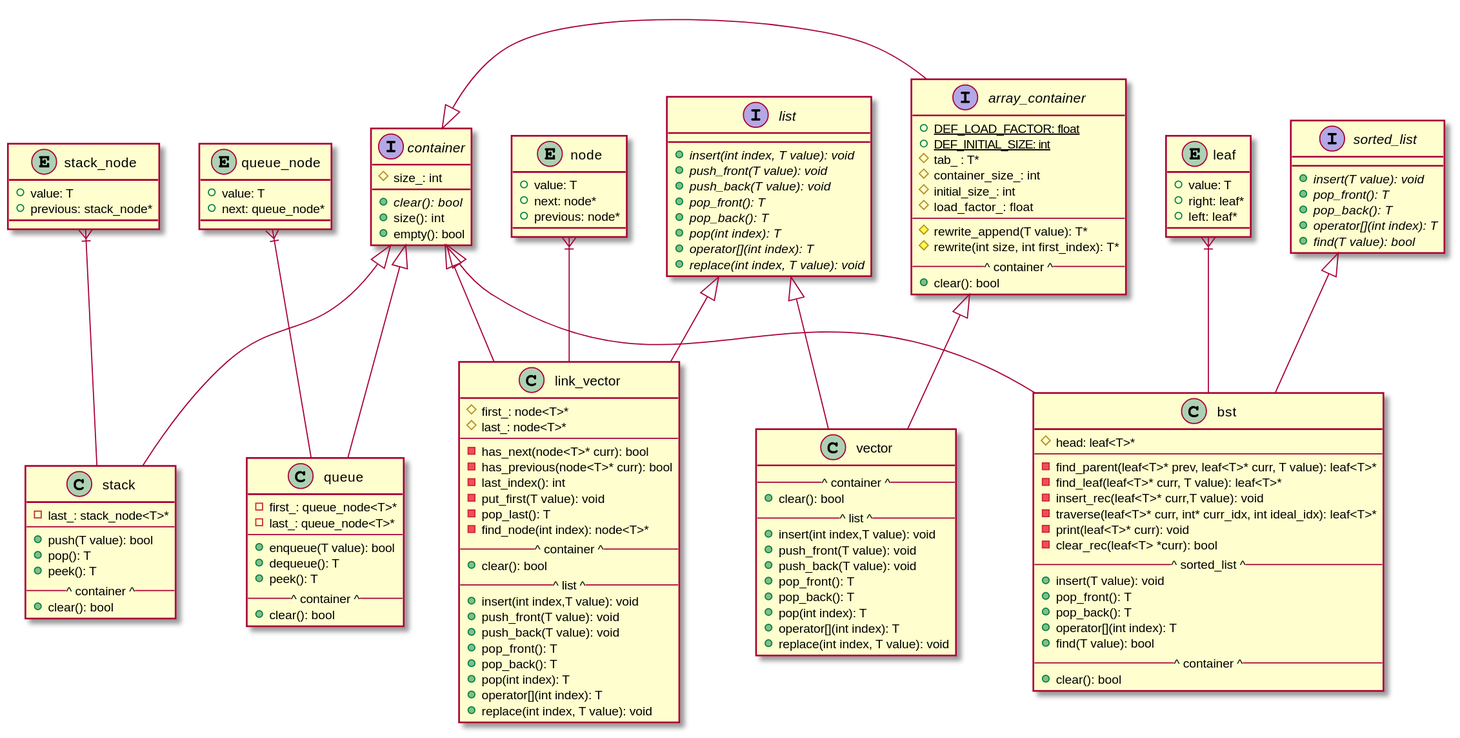
Above: data_structures.svg in lpawlak1/data_structures (PlantUML), before the change.
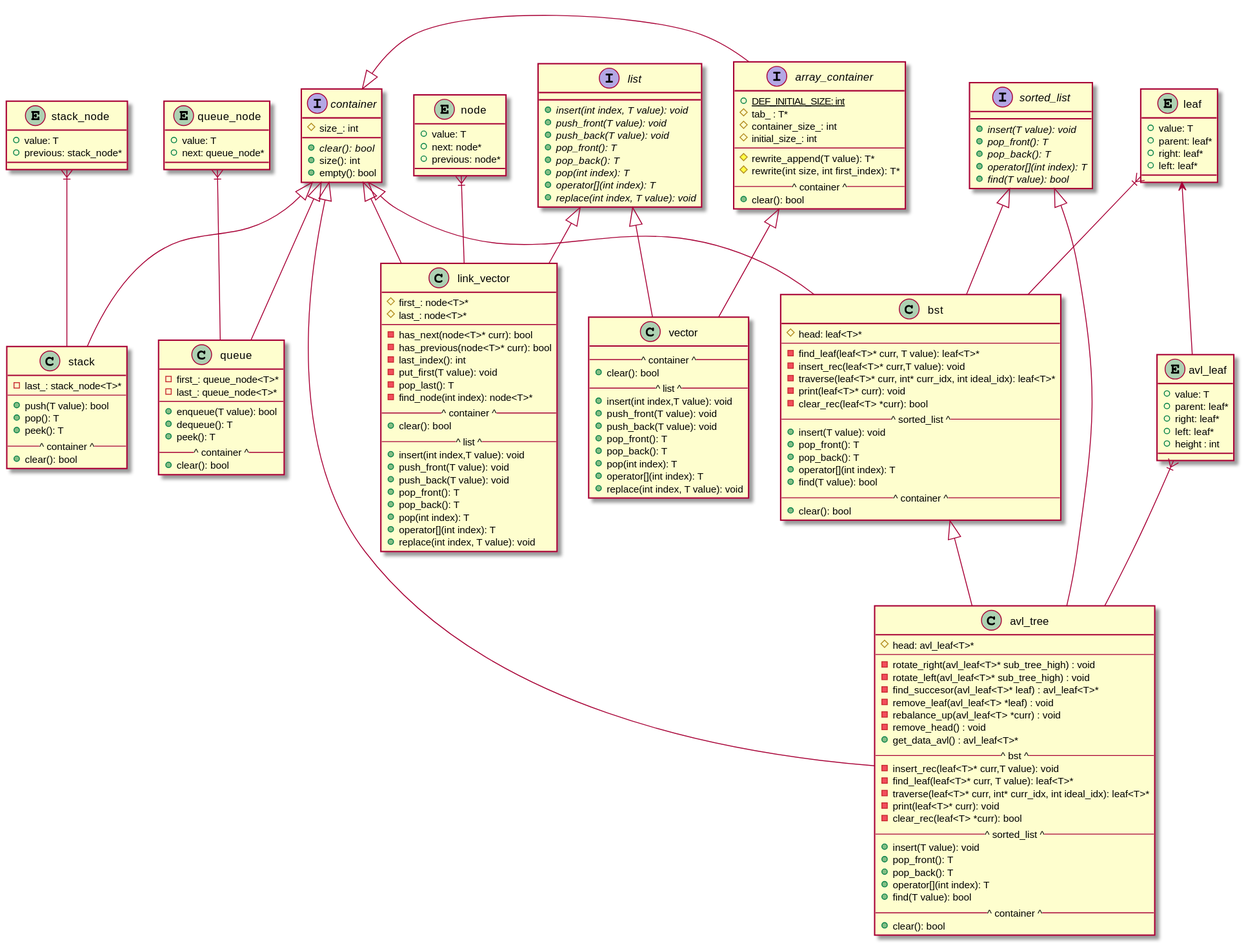
Above is the later version.

Commit message:
Added documentation regarding avl tree

What changed in the source:
```diff
@@ -24,12 +24,10 @@
 }
 
 interface array_container{
-+{static} DEF_LOAD_FACTOR: float
 +{static} DEF_INITIAL_SIZE: int
 #tab_ : T*
 #container_size_: int
 #initial_size_: int
-#load_factor_: float
 --
 #rewrite_append(T value): T*
 #rewrite(int size, int first_index): T*
@@ -97,7 +95,6 @@
 class bst{
 #head: leaf<T>*
 --
--find_parent(leaf<T>* prev, leaf<T>* curr, T value): leaf<T>*
 -find_leaf(leaf<T>* curr, T value): leaf<T>*
 -insert_rec(leaf<T>* curr,T value): void
 -traverse(leaf<T>* curr, int* curr_idx, int ideal_idx): leaf<T>*
@@ -114,6 +111,7 @@
 }
 entity leaf{
 +value: T
++parent: leaf*
 +right: leaf*
 +left: leaf*
 }
@@ -124,6 +122,40 @@
 +{abstract}operator[](int index): T
 +{abstract}find(T value): bool
 }
+
+entity avl_leaf{
++value: T
++parent: leaf*
++right: leaf*
++left: leaf*
++height : int
+}
+class avl_tree{
+#head: avl_leaf<T>*
+--
+-rotate_right(avl_leaf<T>* sub_tree_high) : void
+-rotate_left(avl_leaf<T>* sub_tree_high) : void
+-find_succesor(avl_leaf<T>* leaf) : avl_leaf<T>*
+-remove_leaf(avl_leaf<T> *leaf) : void
+-rebalance_up(avl_leaf<T> *curr) : void
+-remove_head() : void
++get_data_avl() : avl_leaf<T>*
+--^ bst ^--
+-insert_rec(leaf<T>* curr,T value): void
+-find_leaf(leaf<T>* curr, T value): leaf<T>*
+-traverse(leaf<T>* curr, int* curr_idx, int ideal_idx): leaf<T>*
+-print(leaf<T>* curr): void
+-clear_rec(leaf<T> *curr): bool
+--^ sorted_list ^--
++insert(T value): void
++pop_front(): T
++pop_back(): T
++operator[](int index): T
++find(T value): bool
+--^ container ^--
++clear(): bool
+}
+
 entity stack_node{
 +value: T
 +previous: stack_node*
@@ -143,7 +175,15 @@
 node }|-- link_vector
 queue_node }|-- queue
 stack_node }|-- stack
+
 leaf }|-- bst
 sorted_list <|-- bst
 container <|-- bst
+
+bst <|-- avl_tree
+avl_leaf}|-- avl_tree
+sorted_list <|-- avl_tree
+container <|-- avl_tree
+
+leaf <-- avl_leaf
 @enduml
```
